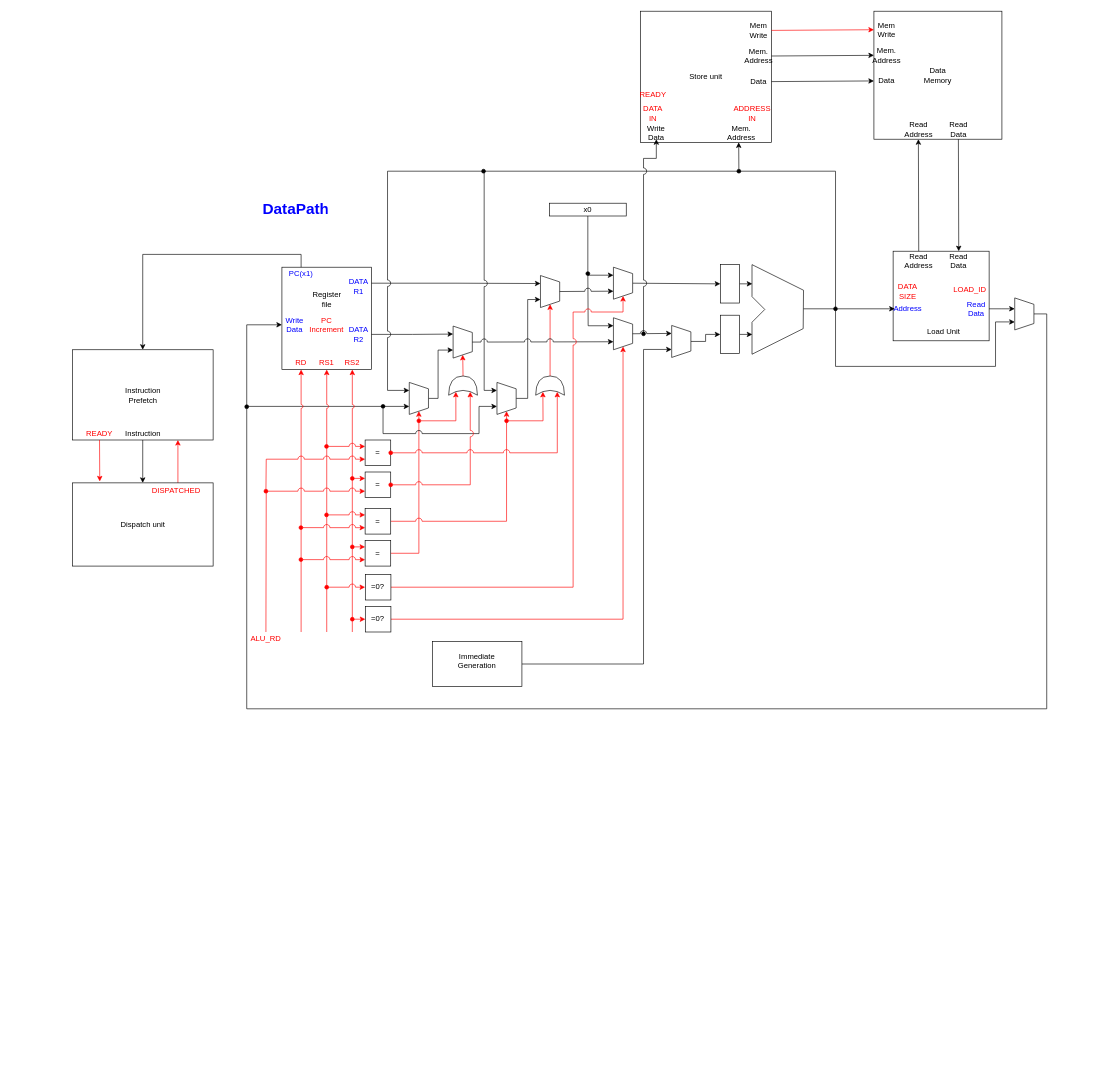
Above: page "DataPath" (1 of 2) of Circuit_Drawings/DataPath.drawio in Kaveesha-98/065-538-720-GNC (draw.io), before the change. Source tidied: cells renumbered, new cells numbered last; positions are measured from the earlier drawing's top-left corner, leaving out a move shared by most shapes. Both pictures are drawn from the tidied source at 64%, with x=0, y=0 at pixel (72, 11).
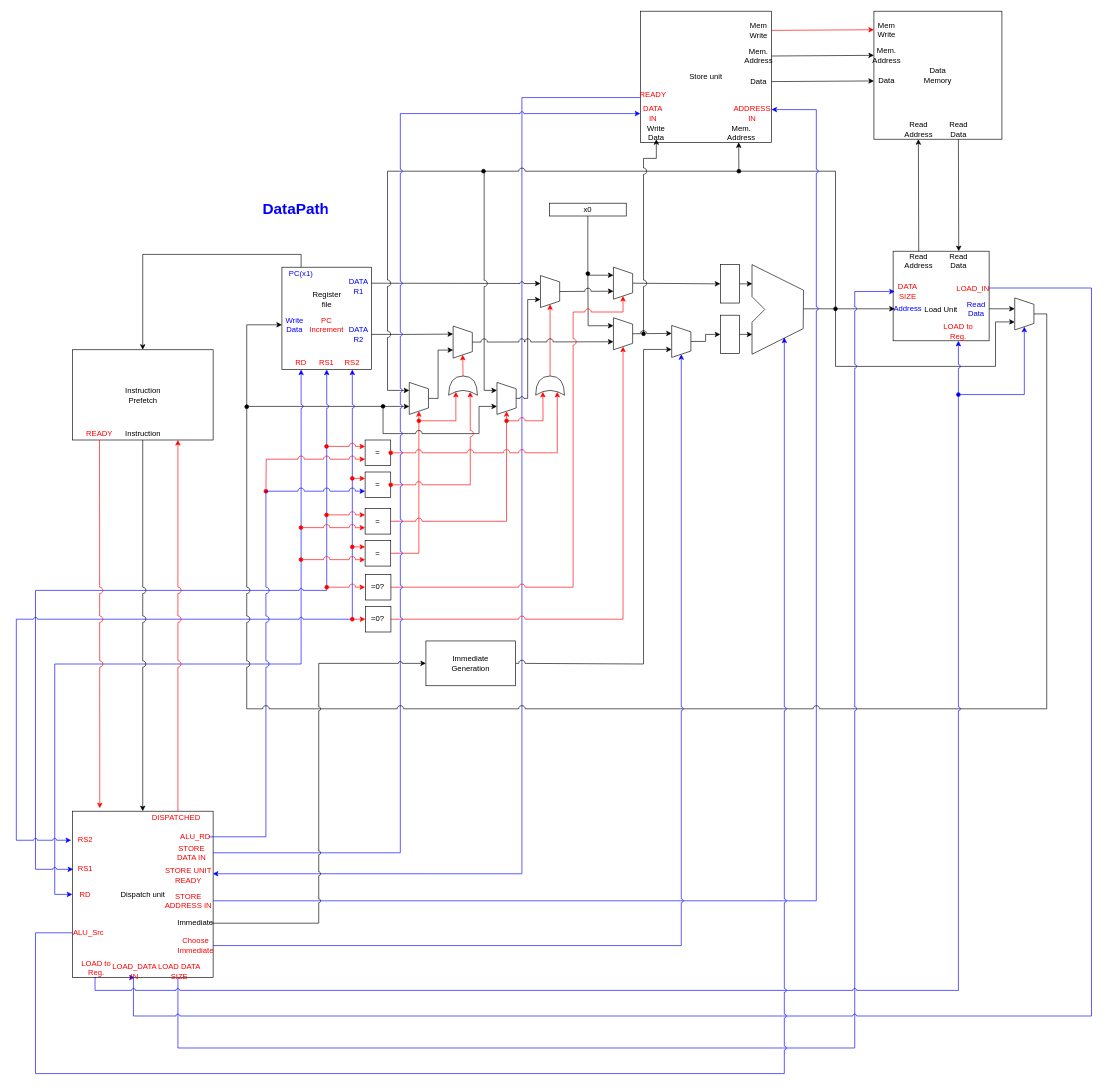
After the change.

Unchanged cells that the change refers to:
```xml
<mxCell id="8" value="DATA R1" style="text;html=1;strokeColor=none;fillColor=none;align=center;verticalAlign=middle;whiteSpace=wrap;rounded=0;fontColor=#0000FF;" parent="1" vertex="1">
  <mxGeometry x="427" y="420" width="40" height="20" as="geometry" />
</mxCell>
<mxCell id="14" value="&lt;font color=&quot;#FF0000&quot;&gt;RD&lt;/font&gt;" style="text;html=1;strokeColor=none;fillColor=none;align=center;verticalAlign=middle;whiteSpace=wrap;rounded=0;startSize=0;" parent="1" vertex="1">
  <mxGeometry x="337" y="540" width="40" height="20" as="geometry" />
</mxCell>
<mxCell id="16" value="&lt;font color=&quot;#FF0000&quot;&gt;RS1&lt;/font&gt;" style="text;html=1;strokeColor=none;fillColor=none;align=center;verticalAlign=middle;whiteSpace=wrap;rounded=0;startSize=0;" parent="1" vertex="1">
  <mxGeometry x="377" y="540" width="40" height="20" as="geometry" />
</mxCell>
<mxCell id="18" value="&lt;font color=&quot;#FF0000&quot;&gt;RS2&lt;/font&gt;" style="text;html=1;strokeColor=none;fillColor=none;align=center;verticalAlign=middle;whiteSpace=wrap;rounded=0;startSize=0;" parent="1" vertex="1">
  <mxGeometry x="417" y="540" width="40" height="20" as="geometry" />
</mxCell>
<mxCell id="27" style="shape=trapezoid;perimeter=trapezoidPerimeter;whiteSpace=wrap;html=1;fixedSize=1;startSize=0;size=10;direction=south;" parent="1" vertex="1">
  <mxGeometry x="663" y="580" width="30" height="50" as="geometry" />
</mxCell>
<mxCell id="31" style="shape=trapezoid;perimeter=trapezoidPerimeter;whiteSpace=wrap;html=1;fixedSize=1;startSize=0;size=10;direction=south;" parent="1" vertex="1">
  <mxGeometry x="731" y="413" width="30" height="50" as="geometry" />
</mxCell>
<mxCell id="43" value="=" style="whiteSpace=wrap;html=1;startSize=0;" parent="1" vertex="1">
  <mxGeometry x="457" y="720" width="40" height="40" as="geometry" />
</mxCell>
<mxCell id="70" value="Store unit" style="whiteSpace=wrap;html=1;startSize=0;" parent="1" vertex="1">
  <mxGeometry x="887" width="205" height="205" as="geometry" />
</mxCell>
<mxCell id="74" value="&lt;div&gt;&lt;font color=&quot;#FF0000&quot;&gt;DATA&lt;/font&gt;&lt;/div&gt;&lt;div&gt;&lt;font color=&quot;#FF0000&quot;&gt;IN&lt;/font&gt;&lt;br&gt;&lt;/div&gt;" style="text;html=1;strokeColor=none;fillColor=none;align=center;verticalAlign=middle;whiteSpace=wrap;rounded=0;startSize=0;" parent="1" vertex="1">
  <mxGeometry x="887" y="150" width="40" height="20" as="geometry" />
</mxCell>
<mxCell id="76" value="&lt;font color=&quot;#FF0000&quot;&gt;READY&lt;/font&gt;" style="text;html=1;strokeColor=none;fillColor=none;align=center;verticalAlign=middle;whiteSpace=wrap;rounded=0;startSize=0;" parent="1" vertex="1">
  <mxGeometry x="887" y="120" width="40" height="20" as="geometry" />
</mxCell>
<mxCell id="85" style="shape=trapezoid;perimeter=trapezoidPerimeter;whiteSpace=wrap;html=1;fixedSize=1;startSize=0;size=10;direction=south;" parent="1" vertex="1">
  <mxGeometry x="1472" y="448" width="30" height="50" as="geometry" />
</mxCell>
<mxCell id="86" value="&lt;div&gt;&lt;font color=&quot;#FF0000&quot;&gt;DATA&lt;/font&gt;&lt;/div&gt;&lt;div&gt;&lt;font color=&quot;#FF0000&quot;&gt;SIZE&lt;/font&gt;&lt;br&gt;&lt;/div&gt;" style="text;html=1;strokeColor=none;fillColor=none;align=center;verticalAlign=middle;whiteSpace=wrap;rounded=0;startSize=0;" parent="1" vertex="1">
  <mxGeometry x="1284.5" y="428" width="40" height="20" as="geometry" />
</mxCell>
<mxCell id="91" style="shape=trapezoid;perimeter=trapezoidPerimeter;whiteSpace=wrap;html=1;fixedSize=1;startSize=0;size=10;direction=south;" parent="1" vertex="1">
  <mxGeometry x="936" y="491" width="30" height="50" as="geometry" />
</mxCell>
```

Diff of the diagram source:
```diff
@@
+    <mxCell id="120" style="edgeStyle=orthogonalEdgeStyle;rounded=0;jumpStyle=arc;jettySize=auto;html=1;entryX=0;entryY=0.75;entryDx=0;entryDy=0;startArrow=classic;startFill=1;endArrow=none;endFill=0;strokeColor=#0000FF;exitX=0.994;exitY=0.388;exitDx=0;exitDy=0;exitPerimeter=0;" parent="1" edge="1" source="127" target="76">
+      <mxGeometry relative="1" as="geometry">
+        <Array as="points">
+          <mxPoint x="702" y="1348" />
+          <mxPoint x="702" y="135" />
+        </Array>
+      </mxGeometry>
+    </mxCell>
+    <mxCell id="114" value="Dispatch unit" style="rounded=0;whiteSpace=wrap;html=1;" parent="1" vertex="1">
+      <mxGeometry x="-0.5" y="1250" width="220" height="260" as="geometry" />
+    </mxCell>
@@
-    <mxCell id="7" style="edgeStyle=orthogonalEdgeStyle;rounded=0;jettySize=auto;html=1;exitX=1;exitY=0.25;exitDx=0;exitDy=0;entryX=0.25;entryY=1;entryDx=0;entryDy=0;" parent="1" edge="1" source="8" target="31">
+    <mxCell id="7" style="edgeStyle=orthogonalEdgeStyle;rounded=0;jettySize=auto;html=1;exitX=1;exitY=0.25;exitDx=0;exitDy=0;entryX=0.25;entryY=1;entryDx=0;entryDy=0;jumpStyle=arc;" parent="1" edge="1" source="8" target="31">
       <mxGeometry relative="1" as="geometry" />
     </mxCell>
@@
-    <mxCell id="13" style="edgeStyle=orthogonalEdgeStyle;rounded=0;jettySize=auto;html=1;exitX=0.5;exitY=1;exitDx=0;exitDy=0;startArrow=classic;startFill=1;endArrow=none;endFill=0;strokeColor=#ff0000;jumpStyle=arc;" parent="1" edge="1" source="14">
+    <mxCell id="13" style="edgeStyle=orthogonalEdgeStyle;rounded=0;jettySize=auto;html=1;exitX=0.5;exitY=1;exitDx=0;exitDy=0;startArrow=classic;startFill=1;endArrow=classic;endFill=1;strokeColor=#0000FF;jumpStyle=arc;entryX=0;entryY=0.5;entryDx=0;entryDy=0;" parent="1" edge="1" source="14" target="134">
       <mxGeometry relative="1" as="geometry">
-        <mxPoint x="357" y="970" as="targetPoint" />
         <Array as="points">
-          <mxPoint x="357" y="710" />
-          <mxPoint x="357" y="710" />
+          <mxPoint x="357" y="1020" />
+          <mxPoint x="-28" y="1020" />
+          <mxPoint x="-28" y="1380" />
         </Array>
       </mxGeometry>
     </mxCell>
@@
-    <mxCell id="15" style="edgeStyle=orthogonalEdgeStyle;rounded=0;jettySize=auto;html=1;exitX=0.5;exitY=1;exitDx=0;exitDy=0;startArrow=classic;startFill=1;endArrow=none;endFill=0;strokeColor=#ff0000;jumpStyle=arc;" parent="1" edge="1" source="16">
+    <mxCell id="15" style="edgeStyle=orthogonalEdgeStyle;rounded=0;jettySize=auto;html=1;exitX=0.5;exitY=1;exitDx=0;exitDy=0;startArrow=classic;startFill=1;endArrow=classic;endFill=1;strokeColor=#0000FF;jumpStyle=arc;entryX=0.034;entryY=0.542;entryDx=0;entryDy=0;entryPerimeter=0;" parent="1" edge="1" source="16" target="135">
       <mxGeometry relative="1" as="geometry">
-        <mxPoint x="397" y="970" as="targetPoint" />
+        <Array as="points">
+          <mxPoint x="397" y="905" />
+          <mxPoint x="-58" y="905" />
+          <mxPoint x="-58" y="1341" />
+        </Array>
       </mxGeometry>
     </mxCell>
@@
-    <mxCell id="17" style="edgeStyle=orthogonalEdgeStyle;rounded=0;jettySize=auto;html=1;exitX=0.5;exitY=1;exitDx=0;exitDy=0;startArrow=classic;startFill=1;endArrow=none;endFill=0;strokeColor=#ff0000;jumpStyle=arc;" parent="1" edge="1" source="18">
+    <mxCell id="17" style="edgeStyle=orthogonalEdgeStyle;rounded=0;jettySize=auto;html=1;exitX=0.5;exitY=1;exitDx=0;exitDy=0;startArrow=classic;startFill=1;endArrow=classic;endFill=1;strokeColor=#0000FF;jumpStyle=arc;entryX=-0.046;entryY=0.518;entryDx=0;entryDy=0;entryPerimeter=0;" parent="1" edge="1" source="18" target="136">
       <mxGeometry relative="1" as="geometry">
-        <mxPoint x="437" y="970" as="targetPoint" />
+        <Array as="points">
+          <mxPoint x="437" y="950" />
+          <mxPoint x="-88" y="950" />
+          <mxPoint x="-88" y="1295" />
+        </Array>
       </mxGeometry>
     </mxCell>
@@
-    <mxCell id="23" style="edgeStyle=orthogonalEdgeStyle;rounded=0;jettySize=auto;html=1;exitX=0.5;exitY=0;exitDx=0;exitDy=0;entryX=0.75;entryY=1;entryDx=0;entryDy=0;" parent="1" edge="1" source="27" target="31">
+    <mxCell id="23" style="edgeStyle=orthogonalEdgeStyle;rounded=0;jettySize=auto;html=1;exitX=0.5;exitY=0;exitDx=0;exitDy=0;entryX=0.75;entryY=1;entryDx=0;entryDy=0;jumpStyle=arc;" parent="1" edge="1" source="27" target="31">
       <mxGeometry relative="1" as="geometry">
         <Array as="points">
           <mxPoint x="711" y="605" />
           <mxPoint x="711" y="451" />
         </Array>
       </mxGeometry>
     </mxCell>
@@
-    <mxCell id="42" style="edgeStyle=orthogonalEdgeStyle;rounded=0;jumpStyle=arc;jumpSize=10;jettySize=auto;html=1;exitX=0;exitY=0.75;exitDx=0;exitDy=0;startArrow=classic;startFill=1;endArrow=none;endFill=0;strokeColor=#ff0000;" parent="1" edge="1" source="43">
+    <mxCell id="42" style="edgeStyle=orthogonalEdgeStyle;rounded=0;jumpStyle=arc;jumpSize=10;jettySize=auto;html=1;exitX=0;exitY=0.75;exitDx=0;exitDy=0;startArrow=classic;startFill=1;endArrow=none;endFill=0;entryX=1;entryY=0.5;entryDx=0;entryDy=0;strokeColor=#0000FF;" parent="1" edge="1" source="43" target="110">
       <mxGeometry relative="1" as="geometry">
-        <mxPoint x="302" y="970" as="targetPoint" />
+        <Array as="points">
+          <mxPoint x="302" y="750" />
+          <mxPoint x="302" y="1290" />
+        </Array>
       </mxGeometry>
     </mxCell>
@@
+    <mxCell id="121" style="edgeStyle=orthogonalEdgeStyle;rounded=0;jumpStyle=arc;jettySize=auto;html=1;exitX=1;exitY=0.75;exitDx=0;exitDy=0;startArrow=classic;startFill=1;endArrow=none;endFill=0;strokeColor=#0000FF;entryX=1;entryY=0.5;entryDx=0;entryDy=0;" parent="1" edge="1" source="70" target="128">
+      <mxGeometry relative="1" as="geometry">
+        <Array as="points">
+          <mxPoint x="1162" y="154" />
+          <mxPoint x="1162" y="1390" />
+        </Array>
+      </mxGeometry>
+    </mxCell>
@@
+    <mxCell id="122" style="edgeStyle=orthogonalEdgeStyle;rounded=0;jettySize=auto;html=1;exitX=0;exitY=0.5;exitDx=0;exitDy=0;entryX=1;entryY=0.5;entryDx=0;entryDy=0;jumpStyle=arc;startArrow=classic;startFill=1;endArrow=none;endFill=0;strokeColor=#0000FF;" parent="1" edge="1" source="74" target="126">
+      <mxGeometry relative="1" as="geometry">
+        <Array as="points">
+          <mxPoint x="512" y="160" />
+          <mxPoint x="512" y="1315" />
+        </Array>
+      </mxGeometry>
+    </mxCell>
@@
     <mxCell id="79" value="Load Unit" style="text;html=1;strokeColor=none;fillColor=none;align=center;verticalAlign=middle;whiteSpace=wrap;rounded=0;" parent="1" vertex="1">
-      <mxGeometry x="1322" y="491" width="77.5" height="20" as="geometry" />
+      <mxGeometry x="1318.2" y="456" width="77.5" height="20" as="geometry" />
     </mxCell>
@@
+    <mxCell id="123" style="edgeStyle=orthogonalEdgeStyle;rounded=0;jumpStyle=arc;jettySize=auto;html=1;exitX=1;exitY=0.5;exitDx=0;exitDy=0;strokeColor=#0000FF;startArrow=classic;startFill=1;endArrow=oval;endFill=1;" parent="1" edge="1" source="85">
+      <mxGeometry relative="1" as="geometry">
+        <mxPoint x="1384" y="599" as="targetPoint" />
+        <Array as="points">
+          <mxPoint x="1487" y="599" />
+          <mxPoint x="1384" y="599" />
+        </Array>
+      </mxGeometry>
+    </mxCell>
@@
+    <mxCell id="124" style="edgeStyle=orthogonalEdgeStyle;rounded=0;jettySize=auto;html=1;exitX=0;exitY=0.5;exitDx=0;exitDy=0;entryX=0.75;entryY=1;entryDx=0;entryDy=0;strokeColor=#0000FF;jumpStyle=arc;startArrow=classic;startFill=1;endArrow=none;endFill=0;" parent="1" edge="1" source="86" target="114">
+      <mxGeometry relative="1" as="geometry">
+        <Array as="points">
+          <mxPoint x="1222" y="438" />
+          <mxPoint x="1222" y="1620" />
+          <mxPoint x="165" y="1620" />
+        </Array>
+      </mxGeometry>
+    </mxCell>
@@
+    <mxCell id="125" style="edgeStyle=orthogonalEdgeStyle;rounded=0;jettySize=auto;html=1;exitX=1;exitY=0.5;exitDx=0;exitDy=0;entryX=0.5;entryY=1;entryDx=0;entryDy=0;jumpStyle=arc;strokeColor=#0000FF;" parent="1" edge="1" source="87" target="130">
+      <mxGeometry relative="1" as="geometry">
+        <Array as="points">
+          <mxPoint x="1592" y="432" />
+          <mxPoint x="1592" y="1570" />
+          <mxPoint x="95" y="1570" />
+          <mxPoint x="95" y="1510" />
+        </Array>
+      </mxGeometry>
+    </mxCell>
-    <mxCell id="87" value="&lt;font color=&quot;#FF0000&quot;&gt;LOAD_ID&lt;/font&gt;" style="text;html=1;strokeColor=none;fillColor=none;align=center;verticalAlign=middle;whiteSpace=wrap;rounded=0;startSize=0;" parent="1" vertex="1">
-      <mxGeometry x="1382" y="425" width="40" height="20" as="geometry" />
+    <mxCell id="87" value="&lt;font color=&quot;#FF0000&quot;&gt;LOAD_IN&lt;/font&gt;" style="text;html=1;strokeColor=none;fillColor=none;align=center;verticalAlign=middle;whiteSpace=wrap;rounded=0;startSize=0;" parent="1" vertex="1">
+      <mxGeometry x="1382" y="420" width="50" height="25" as="geometry" />
     </mxCell>
@@
     <mxCell id="92" style="rounded=0;whiteSpace=wrap;html=1;" parent="1" vertex="1">
-      <mxGeometry x="562" y="985" width="140" height="70" as="geometry" />
+      <mxGeometry x="552" y="984" width="140" height="70" as="geometry" />
     </mxCell>
     <mxCell id="93" value="Immediate Generation" style="text;html=1;strokeColor=none;fillColor=none;align=center;verticalAlign=middle;whiteSpace=wrap;rounded=0;" parent="1" vertex="1">
-      <mxGeometry x="597" y="1005" width="70" height="20" as="geometry" />
+      <mxGeometry x="587" y="1009" width="70" height="20" as="geometry" />
     </mxCell>
@@
     <mxCell id="110" value="&lt;font color=&quot;#FF0000&quot;&gt;ALU_RD&lt;/font&gt;" style="text;html=1;strokeColor=none;fillColor=none;align=center;verticalAlign=middle;whiteSpace=wrap;rounded=0;" parent="1" vertex="1">
-      <mxGeometry x="282" y="970" width="40" height="20" as="geometry" />
+      <mxGeometry x="172" y="1280" width="40" height="20" as="geometry" />
     </mxCell>
@@
-    <mxCell id="114" value="Dispatch unit" style="rounded=0;whiteSpace=wrap;html=1;" parent="1" vertex="1">
-      <mxGeometry x="-0.5" y="737" width="220" height="130" as="geometry" />
-    </mxCell>
@@
     <mxCell id="119" value="&lt;font color=&quot;#FF0000&quot;&gt;DISPATCHED&lt;/font&gt;" style="text;html=1;strokeColor=none;fillColor=none;align=center;verticalAlign=middle;whiteSpace=wrap;rounded=0;" parent="1" vertex="1">
-      <mxGeometry x="142" y="740" width="40" height="20" as="geometry" />
+      <mxGeometry x="142" y="1250" width="40" height="20" as="geometry" />
     </mxCell>
+    <mxCell id="126" value="&lt;font color=&quot;#FF0000&quot;&gt;STORE DATA IN&lt;/font&gt;" style="text;html=1;strokeColor=none;fillColor=none;align=center;verticalAlign=middle;whiteSpace=wrap;rounded=0;" parent="1" vertex="1">
+      <mxGeometry x="152" y="1305" width="67.5" height="20" as="geometry" />
+    </mxCell>
+    <mxCell id="127" value="&lt;font color=&quot;#FF0000&quot;&gt;STORE UNIT READY&lt;/font&gt;" style="text;html=1;strokeColor=none;fillColor=none;align=center;verticalAlign=middle;whiteSpace=wrap;rounded=0;" parent="1" vertex="1">
+      <mxGeometry x="142" y="1340" width="77.5" height="20" as="geometry" />
+    </mxCell>
+    <mxCell id="128" value="&lt;font color=&quot;#FF0000&quot;&gt;STORE ADDRESS IN&lt;/font&gt;" style="text;html=1;strokeColor=none;fillColor=none;align=center;verticalAlign=middle;whiteSpace=wrap;rounded=0;" parent="1" vertex="1">
+      <mxGeometry x="142" y="1380" width="77.5" height="20" as="geometry" />
+    </mxCell>
+    <mxCell id="129" value="&lt;font color=&quot;#ff0000&quot;&gt;LOAD DATA SIZE&lt;/font&gt;" style="text;html=1;strokeColor=none;fillColor=none;align=center;verticalAlign=middle;whiteSpace=wrap;rounded=0;" parent="1" vertex="1">
+      <mxGeometry x="132" y="1490" width="70" height="20" as="geometry" />
+    </mxCell>
+    <mxCell id="130" value="&lt;div&gt;&lt;font color=&quot;#ff0000&quot;&gt;LOAD_DATA&lt;/font&gt;&lt;/div&gt;&lt;div&gt;&lt;font color=&quot;#ff0000&quot;&gt;IN&lt;/font&gt;&lt;br&gt;&lt;/div&gt;" style="text;html=1;strokeColor=none;fillColor=none;align=center;verticalAlign=middle;whiteSpace=wrap;rounded=0;" parent="1" vertex="1">
+      <mxGeometry x="62" y="1490" width="70" height="20" as="geometry" />
+    </mxCell>
+    <mxCell id="131" value="&lt;font color=&quot;#FF0000&quot;&gt;LOAD to Reg.&lt;/font&gt;" style="text;html=1;strokeColor=none;fillColor=none;align=center;verticalAlign=middle;whiteSpace=wrap;rounded=0;" parent="1" vertex="1">
+      <mxGeometry x="1359" y="485" width="50" height="30" as="geometry" />
+    </mxCell>
+    <mxCell id="132" style="edgeStyle=orthogonalEdgeStyle;rounded=0;jumpStyle=arc;jettySize=auto;html=1;exitX=0.5;exitY=1;exitDx=0;exitDy=0;entryX=0.5;entryY=1;entryDx=0;entryDy=0;strokeColor=#0000FF;" parent="1" edge="1" source="133" target="131">
+      <mxGeometry relative="1" as="geometry">
+        <Array as="points">
+          <mxPoint x="35" y="1530" />
+          <mxPoint x="1384" y="1530" />
+        </Array>
+      </mxGeometry>
+    </mxCell>
+    <mxCell id="133" value="&lt;font color=&quot;#FF0000&quot;&gt;LOAD to Reg.&lt;/font&gt;" style="text;html=1;strokeColor=none;fillColor=none;align=center;verticalAlign=middle;whiteSpace=wrap;rounded=0;" parent="1" vertex="1">
+      <mxGeometry x="12" y="1480" width="50" height="30" as="geometry" />
+    </mxCell>
+    <mxCell id="134" value="&lt;font color=&quot;#FF0000&quot;&gt;RD&lt;/font&gt;" style="text;html=1;strokeColor=none;fillColor=none;align=center;verticalAlign=middle;whiteSpace=wrap;rounded=0;startSize=0;" parent="1" vertex="1">
+      <mxGeometry x="-0.5" y="1370" width="40" height="20" as="geometry" />
+    </mxCell>
+    <mxCell id="135" value="&lt;font color=&quot;#FF0000&quot;&gt;RS1&lt;/font&gt;" style="text;html=1;strokeColor=none;fillColor=none;align=center;verticalAlign=middle;whiteSpace=wrap;rounded=0;startSize=0;" parent="1" vertex="1">
+      <mxGeometry x="-0.5" y="1330" width="40" height="20" as="geometry" />
+    </mxCell>
+    <mxCell id="136" value="&lt;font color=&quot;#FF0000&quot;&gt;RS2&lt;/font&gt;" style="text;html=1;strokeColor=none;fillColor=none;align=center;verticalAlign=middle;whiteSpace=wrap;rounded=0;startSize=0;" parent="1" vertex="1">
+      <mxGeometry x="-0.5" y="1285" width="40" height="20" as="geometry" />
+    </mxCell>
+    <mxCell id="137" style="edgeStyle=orthogonalEdgeStyle;rounded=0;jumpStyle=arc;jettySize=auto;html=1;exitX=1;exitY=0.5;exitDx=0;exitDy=0;entryX=0;entryY=0.5;entryDx=0;entryDy=0;startArrow=none;startFill=0;endArrow=classic;endFill=1;strokeColor=#000000;" parent="1" edge="1" source="138" target="92">
+      <mxGeometry relative="1" as="geometry" />
+    </mxCell>
+    <mxCell id="138" value="Immediate" style="text;html=1;strokeColor=none;fillColor=none;align=center;verticalAlign=middle;whiteSpace=wrap;rounded=0;" parent="1" vertex="1">
+      <mxGeometry x="167" y="1410" width="50" height="30" as="geometry" />
+    </mxCell>
+    <mxCell id="139" style="edgeStyle=orthogonalEdgeStyle;rounded=0;jumpStyle=arc;jettySize=auto;html=1;exitX=1;exitY=0.5;exitDx=0;exitDy=0;entryX=1;entryY=0.5;entryDx=0;entryDy=0;startArrow=none;startFill=0;endArrow=classic;endFill=1;strokeColor=#0000FF;" parent="1" edge="1" source="140" target="91">
+      <mxGeometry relative="1" as="geometry" />
+    </mxCell>
+    <mxCell id="140" value="&lt;div&gt;&lt;font color=&quot;#FF0000&quot;&gt;Choose&lt;/font&gt;&lt;/div&gt;&lt;div&gt;&lt;font color=&quot;#FF0000&quot;&gt;Immediate&lt;/font&gt;&lt;/div&gt;" style="text;html=1;strokeColor=none;fillColor=none;align=center;verticalAlign=middle;whiteSpace=wrap;rounded=0;" parent="1" vertex="1">
+      <mxGeometry x="164.5" y="1440" width="55" height="40" as="geometry" />
+    </mxCell>
+    <mxCell id="141" style="edgeStyle=orthogonalEdgeStyle;rounded=0;jumpStyle=arc;jettySize=auto;html=1;exitX=0;exitY=0.5;exitDx=0;exitDy=0;startArrow=none;startFill=0;endArrow=classic;endFill=1;strokeColor=#0000FF;" parent="1" edge="1" source="142">
+      <mxGeometry relative="1" as="geometry">
+        <mxPoint x="1112" y="510" as="targetPoint" />
+        <Array as="points">
+          <mxPoint x="-58" y="1440" />
+          <mxPoint x="-58" y="1660" />
+          <mxPoint x="1112" y="1660" />
+        </Array>
+      </mxGeometry>
+    </mxCell>
+    <mxCell id="142" value="&lt;font color=&quot;#FF0000&quot;&gt;ALU_Src&lt;/font&gt;" style="text;html=1;strokeColor=none;fillColor=none;align=center;verticalAlign=middle;whiteSpace=wrap;rounded=0;" parent="1" vertex="1">
+      <mxGeometry x="-0.5" y="1430" width="50" height="20" as="geometry" />
+    </mxCell>
```
